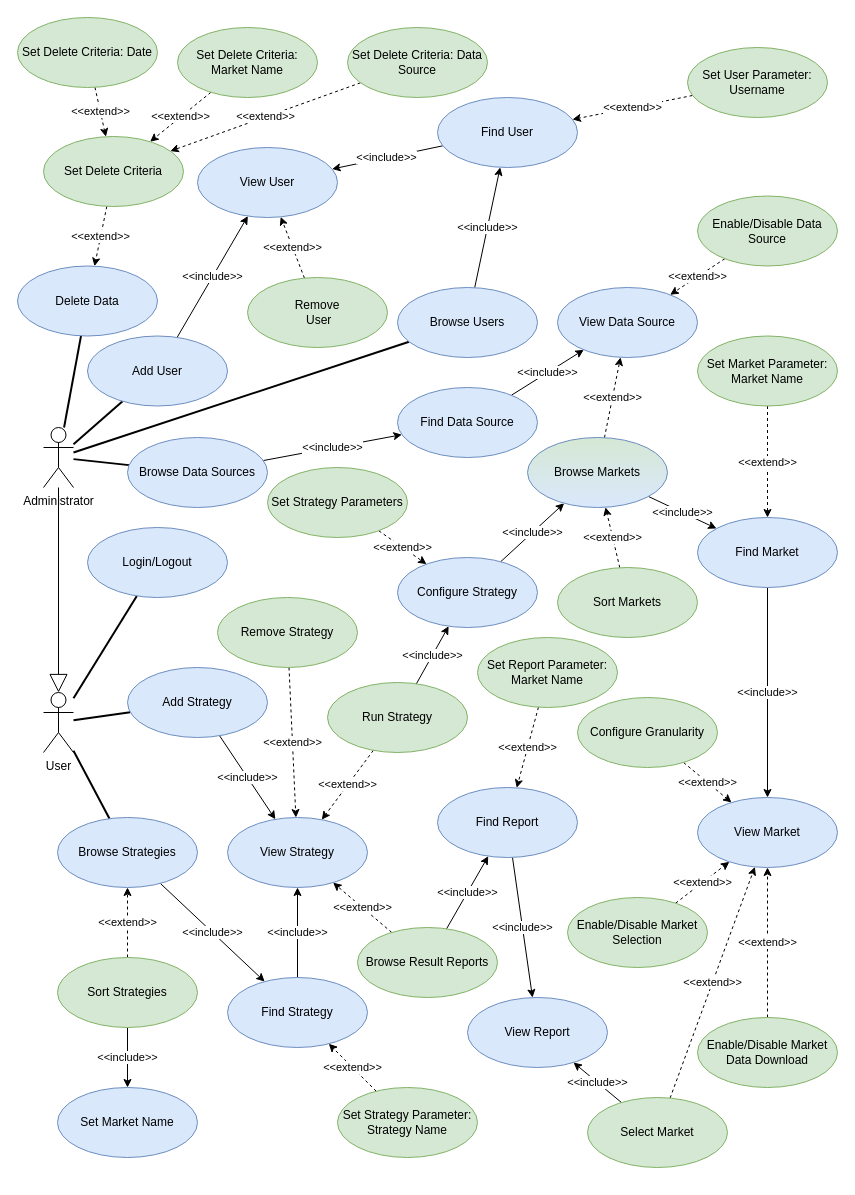
Earlier version of the draw.io diagram drawio/usecases.drawio (nferrante1/lsmsd2). Source tidied: cells renumbered, new cells numbered last; positions are measured from the earlier drawing's top-left corner, leaving out a move shared by most shapes. Both pictures are drawn from the tidied source at 100%, with x=0, y=0 at pixel (17, 17).
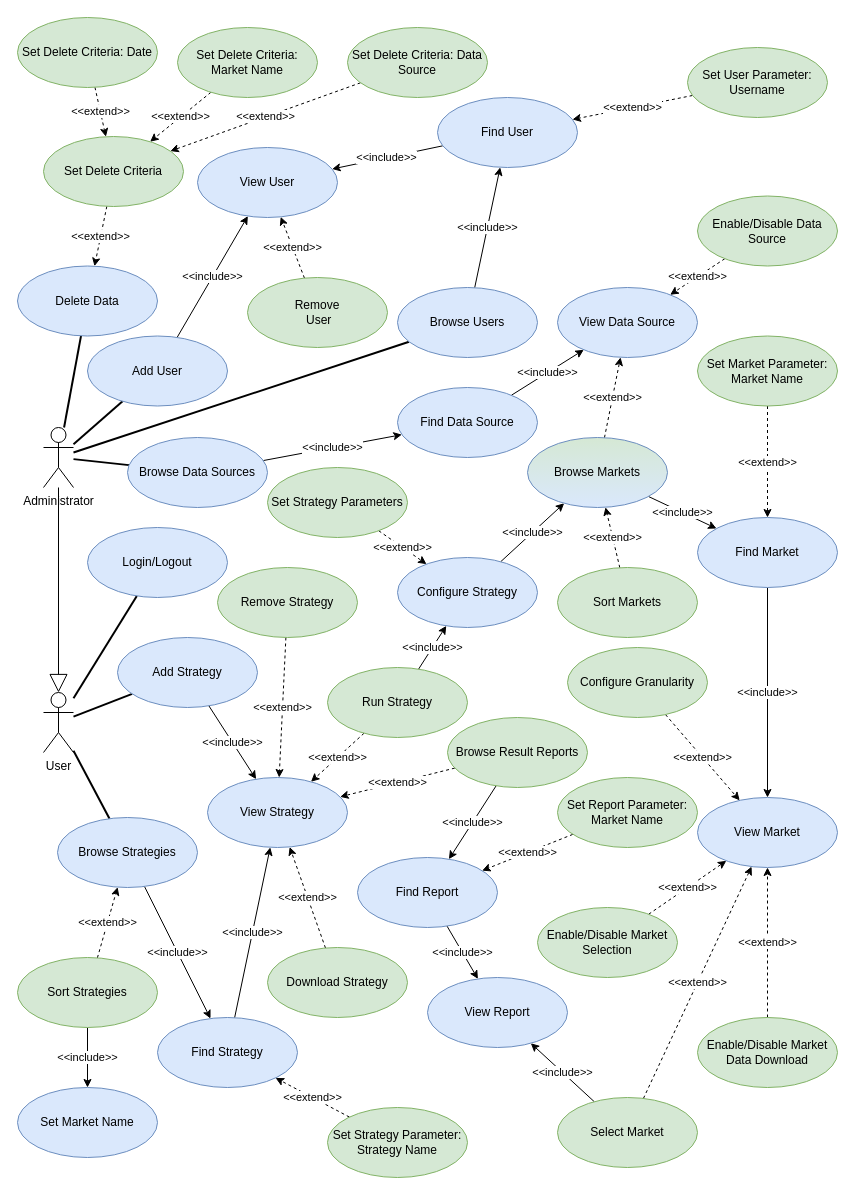
The same page after the edit.

Commit message:
Add Download Strategy use case

What changed in the source:
```diff
@@
     <mxCell id="36" value="Configure Granularity" style="ellipse;whiteSpace=wrap;html=1;fillColor=#d5e8d4;strokeColor=#82b366;" parent="1" vertex="1">
-      <mxGeometry x="560" y="680" width="140" height="70" as="geometry" />
+      <mxGeometry x="550" y="630" width="140" height="70" as="geometry" />
     </mxCell>
@@
     <mxCell id="39" value="Enable/Disable Market Selection" style="ellipse;whiteSpace=wrap;html=1;fillColor=#d5e8d4;strokeColor=#82b366;" parent="1" vertex="1">
-      <mxGeometry x="550" y="880" width="140" height="70" as="geometry" />
+      <mxGeometry x="520" y="890" width="140" height="70" as="geometry" />
     </mxCell>
@@
     <mxCell id="53" value="Add Strategy" style="ellipse;whiteSpace=wrap;html=1;fillColor=#dae8fc;strokeColor=#6c8ebf;" parent="1" vertex="1">
-      <mxGeometry x="110" y="650" width="140" height="70" as="geometry" />
+      <mxGeometry x="100" y="620" width="140" height="70" as="geometry" />
     </mxCell>
     <mxCell id="54" value="View Strategy" style="ellipse;whiteSpace=wrap;html=1;fillColor=#dae8fc;strokeColor=#6c8ebf;" parent="1" vertex="1">
-      <mxGeometry x="210" y="800" width="140" height="70" as="geometry" />
+      <mxGeometry x="190" y="760" width="140" height="70" as="geometry" />
     </mxCell>
@@
     <mxCell id="58" value="Find Strategy" style="ellipse;whiteSpace=wrap;html=1;fillColor=#dae8fc;strokeColor=#6c8ebf;" parent="1" vertex="1">
-      <mxGeometry x="210" y="960" width="140" height="70" as="geometry" />
+      <mxGeometry x="140" y="1000" width="140" height="70" as="geometry" />
     </mxCell>
@@
     <mxCell id="60" value="Set Strategy Parameter: Strategy Name" style="ellipse;whiteSpace=wrap;html=1;fillColor=#d5e8d4;strokeColor=#82b366;" parent="1" vertex="1">
-      <mxGeometry x="320" y="1070" width="140" height="70" as="geometry" />
+      <mxGeometry x="310" y="1090" width="140" height="70" as="geometry" />
     </mxCell>
@@
     <mxCell id="63" value="Run Strategy" style="ellipse;whiteSpace=wrap;html=1;fillColor=#d5e8d4;strokeColor=#82b366;" parent="1" vertex="1">
-      <mxGeometry x="310" y="665" width="140" height="70" as="geometry" />
+      <mxGeometry x="310" y="650" width="140" height="70" as="geometry" />
     </mxCell>
@@
     <mxCell id="66" value="Browse Result Reports" style="ellipse;whiteSpace=wrap;html=1;fillColor=#d5e8d4;strokeColor=#82b366;" parent="1" vertex="1">
-      <mxGeometry x="340" y="910" width="140" height="70" as="geometry" />
+      <mxGeometry x="430" y="700" width="140" height="70" as="geometry" />
     </mxCell>
@@
     <mxCell id="74" value="Remove Strategy" style="ellipse;whiteSpace=wrap;html=1;fillColor=#d5e8d4;strokeColor=#82b366;" parent="1" vertex="1">
-      <mxGeometry x="200" y="580" width="140" height="70" as="geometry" />
+      <mxGeometry x="200" y="550" width="140" height="70" as="geometry" />
     </mxCell>
@@
     <mxCell id="77" value="Find Report" style="ellipse;whiteSpace=wrap;html=1;fillColor=#dae8fc;strokeColor=#6c8ebf;" parent="1" vertex="1">
-      <mxGeometry x="420" y="770" width="140" height="70" as="geometry" />
+      <mxGeometry x="340" y="840" width="140" height="70" as="geometry" />
     </mxCell>
     <mxCell id="78" value="View Report" style="ellipse;whiteSpace=wrap;html=1;fillColor=#dae8fc;strokeColor=#6c8ebf;" parent="1" vertex="1">
-      <mxGeometry x="450" y="980" width="140" height="70" as="geometry" />
+      <mxGeometry x="410" y="960" width="140" height="70" as="geometry" />
     </mxCell>
@@
     <mxCell id="80" value="Set Report Parameter: Market Name" style="ellipse;whiteSpace=wrap;html=1;fillColor=#d5e8d4;strokeColor=#82b366;" parent="1" vertex="1">
-      <mxGeometry x="460" y="620" width="140" height="70" as="geometry" />
+      <mxGeometry x="540" y="760" width="140" height="70" as="geometry" />
     </mxCell>
@@
     <mxCell id="83" value="Select Market" style="ellipse;whiteSpace=wrap;html=1;fillColor=#d5e8d4;strokeColor=#82b366;" parent="1" vertex="1">
-      <mxGeometry x="570" y="1080" width="140" height="70" as="geometry" />
+      <mxGeometry x="540" y="1080" width="140" height="70" as="geometry" />
     </mxCell>
@@
     <mxCell id="87" value="Sort Strategies" style="ellipse;whiteSpace=wrap;html=1;fillColor=#d5e8d4;strokeColor=#82b366;" parent="1" vertex="1">
-      <mxGeometry x="40" y="940" width="140" height="70" as="geometry" />
+      <mxGeometry y="940" width="140" height="70" as="geometry" />
     </mxCell>
     <mxCell id="88" value="Set Market Name" style="ellipse;whiteSpace=wrap;html=1;fillColor=#dae8fc;strokeColor=#6c8ebf;" parent="1" vertex="1">
-      <mxGeometry x="40" y="1070" width="140" height="70" as="geometry" />
+      <mxGeometry y="1070" width="140" height="70" as="geometry" />
     </mxCell>
+    <mxCell id="89" value="&amp;lt;&amp;lt;extend&amp;gt;&amp;gt;" style="rounded=0;jettySize=auto;html=1;dashed=1;" parent="1" edge="1" source="90" target="54">
+      <mxGeometry relative="1" as="geometry" />
+    </mxCell>
+    <mxCell id="90" value="Download Strategy" style="ellipse;whiteSpace=wrap;html=1;fillColor=#d5e8d4;strokeColor=#82b366;" parent="1" vertex="1">
+      <mxGeometry x="250" y="930" width="140" height="70" as="geometry" />
+    </mxCell>
+    <mxCell id="91" style="edgeStyle=none;rounded=0;orthogonalLoop=1;jettySize=auto;html=1;exitX=0.5;exitY=1;exitDx=0;exitDy=0;dashed=1;" parent="1" edge="1" source="80" target="80">
+      <mxGeometry relative="1" as="geometry" />
+    </mxCell>
```
